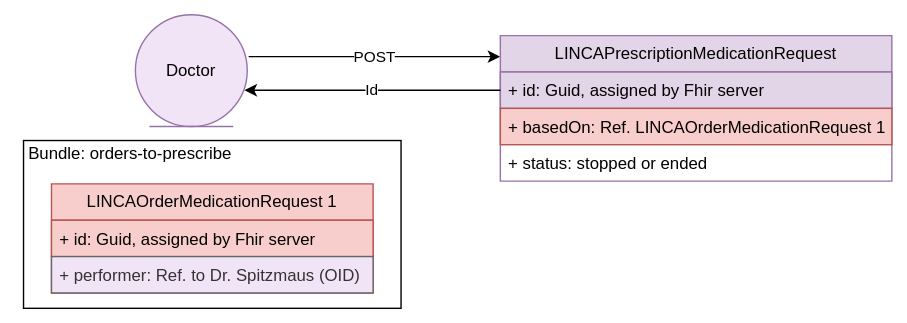
HL7Austria/hl7austria.github.io keeps this draw.io diagram as r5-LinkedCare-dev/UserStory_009_diagram.svg. Above is the earlier version. Source tidied: cells renumbered, new cells last; positions are measured from the earlier drawing's top-left corner, leaving out a move shared by most shapes. Its diagram source:
```xml
<mxGraphModel>
  <root>
    <mxCell id="0" />
    <mxCell id="1" parent="0" />
    <mxCell id="2" style="rounded=0;whiteSpace=wrap;html=1;" parent="1" vertex="1">
      <mxGeometry x="6" y="90" width="270" height="120" as="geometry" />
    </mxCell>
    <mxCell id="3" value="POST" style="endArrow=classic;html=1;rounded=0;" parent="1" edge="1">
      <mxGeometry relative="1" as="geometry">
        <mxPoint x="167" y="30" as="sourcePoint" />
        <mxPoint x="347" y="30" as="targetPoint" />
      </mxGeometry>
    </mxCell>
    <mxCell id="4" value="LINCAPrescriptionMedicationRequest" style="swimlane;fontStyle=0;horizontal=1;startSize=26;fillColor=#e1d5e7;whiteSpace=wrap;html=1;strokeColor=#9673a6;" parent="1" vertex="1">
      <mxGeometry x="347" y="15" width="280" height="104" as="geometry" />
    </mxCell>
    <mxCell id="5" value="+ id: Guid, assigned by Fhir server" style="text;strokeColor=#9673a6;fillColor=#e1d5e7;align=left;verticalAlign=top;spacingLeft=4;spacingRight=4;overflow=hidden;points=[[0,0.5],[1,0.5]];portConstraint=eastwest;whiteSpace=wrap;html=1;" parent="4" vertex="1">
      <mxGeometry y="26" width="280" height="26" as="geometry" />
    </mxCell>
    <mxCell id="6" value="+ basedOn: Ref. LINCAOrderMedicationRequest 1" style="text;strokeColor=#b85450;fillColor=#f8cecc;align=left;verticalAlign=top;spacingLeft=4;spacingRight=4;overflow=hidden;whiteSpace=wrap;html=1;" parent="4" vertex="1">
      <mxGeometry y="52" width="280" height="26" as="geometry" />
    </mxCell>
    <mxCell id="7" value="+ status: stopped or ended" style="text;align=left;verticalAlign=top;spacingLeft=4;spacingRight=4;overflow=hidden;whiteSpace=wrap;html=1;" parent="4" vertex="1">
      <mxGeometry y="78" width="280" height="26" as="geometry" />
    </mxCell>
    <mxCell id="8" value="Id" style="endArrow=classic;html=1;rounded=0;exitX=0;exitY=0.5;exitDx=0;exitDy=0;" parent="1" edge="1" source="5">
      <mxGeometry relative="1" as="geometry">
        <mxPoint x="164" y="54" as="targetPoint" />
      </mxGeometry>
    </mxCell>
    <mxCell id="9" value="LINCAOrderMedicationRequest 1" style="swimlane;fontStyle=0;horizontal=1;startSize=26;fillColor=#f8cecc;whiteSpace=wrap;html=1;strokeColor=#b85450;" parent="1" vertex="1">
      <mxGeometry x="26" y="121" width="230" height="78" as="geometry" />
    </mxCell>
    <mxCell id="10" value="+ id: Guid, assigned by Fhir server" style="text;strokeColor=#b85450;fillColor=#f8cecc;align=left;verticalAlign=top;spacingLeft=4;spacingRight=4;overflow=hidden;whiteSpace=wrap;html=1;" parent="9" vertex="1">
      <mxGeometry y="26" width="230" height="26" as="geometry" />
    </mxCell>
    <mxCell id="11" value="+ performer: Ref. to Dr. Spitzmaus (OID)" style="text;strokeColor=#666666;fillColor=#F1E4F7;align=left;verticalAlign=top;spacingLeft=4;spacingRight=4;overflow=hidden;whiteSpace=wrap;html=1;fontColor=#333333;" parent="9" vertex="1">
      <mxGeometry y="52" width="230" height="26" as="geometry" />
    </mxCell>
    <mxCell id="12" value="Bundle: orders-to-prescribe" style="text;html=1;strokeColor=none;fillColor=none;align=center;verticalAlign=middle;whiteSpace=wrap;rounded=0;" parent="1" vertex="1">
      <mxGeometry y="85" width="165" height="30" as="geometry" />
    </mxCell>
    <mxCell id="13" value="Doctor" style="ellipse;shape=umlEntity;whiteSpace=wrap;html=1;fillColor=#F1E4F7;strokeColor=#9673a6;" parent="1" vertex="1">
      <mxGeometry x="86" width="80" height="80" as="geometry" />
    </mxCell>
  </root>
</mxGraphModel>
```
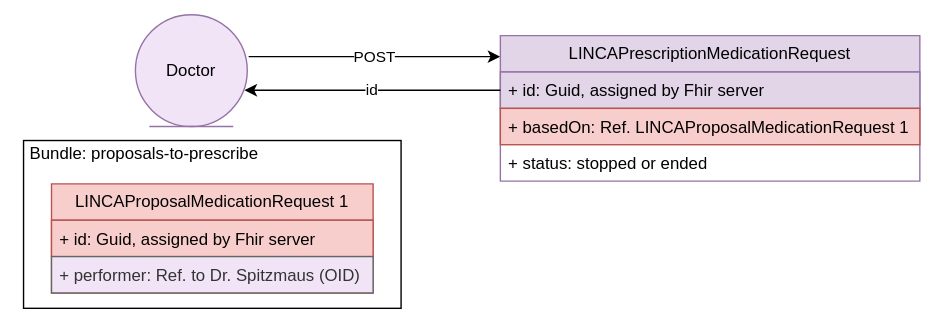
Above is the later version.

Change to the diagram source:
```diff
@@ -12,23 +12,23 @@
       </mxGeometry>
     </mxCell>
     <mxCell id="4" value="LINCAPrescriptionMedicationRequest" style="swimlane;fontStyle=0;horizontal=1;startSize=26;fillColor=#e1d5e7;whiteSpace=wrap;html=1;strokeColor=#9673a6;" parent="1" vertex="1">
-      <mxGeometry x="347" y="15" width="280" height="104" as="geometry" />
+      <mxGeometry x="347" y="15" width="300" height="104" as="geometry" />
     </mxCell>
     <mxCell id="5" value="+ id: Guid, assigned by Fhir server" style="text;strokeColor=#9673a6;fillColor=#e1d5e7;align=left;verticalAlign=top;spacingLeft=4;spacingRight=4;overflow=hidden;points=[[0,0.5],[1,0.5]];portConstraint=eastwest;whiteSpace=wrap;html=1;" parent="4" vertex="1">
-      <mxGeometry y="26" width="280" height="26" as="geometry" />
+      <mxGeometry y="26" width="300" height="26" as="geometry" />
     </mxCell>
-    <mxCell id="6" value="+ basedOn: Ref. LINCAOrderMedicationRequest 1" style="text;strokeColor=#b85450;fillColor=#f8cecc;align=left;verticalAlign=top;spacingLeft=4;spacingRight=4;overflow=hidden;whiteSpace=wrap;html=1;" parent="4" vertex="1">
-      <mxGeometry y="52" width="280" height="26" as="geometry" />
+    <mxCell id="6" value="+ basedOn: Ref. LINCAProposalMedicationRequest 1" style="text;strokeColor=#b85450;fillColor=#f8cecc;align=left;verticalAlign=top;spacingLeft=4;spacingRight=4;overflow=hidden;whiteSpace=wrap;html=1;" parent="4" vertex="1">
+      <mxGeometry y="52" width="300" height="26" as="geometry" />
     </mxCell>
     <mxCell id="7" value="+ status: stopped or ended" style="text;align=left;verticalAlign=top;spacingLeft=4;spacingRight=4;overflow=hidden;whiteSpace=wrap;html=1;" parent="4" vertex="1">
-      <mxGeometry y="78" width="280" height="26" as="geometry" />
+      <mxGeometry y="78" width="300" height="26" as="geometry" />
     </mxCell>
-    <mxCell id="8" value="Id" style="endArrow=classic;html=1;rounded=0;exitX=0;exitY=0.5;exitDx=0;exitDy=0;" parent="1" edge="1" source="5">
+    <mxCell id="8" value="id" style="endArrow=classic;html=1;rounded=0;exitX=0;exitY=0.5;exitDx=0;exitDy=0;" parent="1" edge="1" source="5">
       <mxGeometry relative="1" as="geometry">
         <mxPoint x="164" y="54" as="targetPoint" />
       </mxGeometry>
     </mxCell>
-    <mxCell id="9" value="LINCAOrderMedicationRequest 1" style="swimlane;fontStyle=0;horizontal=1;startSize=26;fillColor=#f8cecc;whiteSpace=wrap;html=1;strokeColor=#b85450;" parent="1" vertex="1">
+    <mxCell id="9" value="LINCAProposalMedicationRequest 1" style="swimlane;fontStyle=0;horizontal=1;startSize=26;fillColor=#f8cecc;whiteSpace=wrap;html=1;strokeColor=#b85450;" parent="1" vertex="1">
       <mxGeometry x="26" y="121" width="230" height="78" as="geometry" />
     </mxCell>
     <mxCell id="10" value="+ id: Guid, assigned by Fhir server" style="text;strokeColor=#b85450;fillColor=#f8cecc;align=left;verticalAlign=top;spacingLeft=4;spacingRight=4;overflow=hidden;whiteSpace=wrap;html=1;" parent="9" vertex="1">
@@ -37,8 +37,8 @@
     <mxCell id="11" value="+ performer: Ref. to Dr. Spitzmaus (OID)" style="text;strokeColor=#666666;fillColor=#F1E4F7;align=left;verticalAlign=top;spacingLeft=4;spacingRight=4;overflow=hidden;whiteSpace=wrap;html=1;fontColor=#333333;" parent="9" vertex="1">
       <mxGeometry y="52" width="230" height="26" as="geometry" />
     </mxCell>
-    <mxCell id="12" value="Bundle: orders-to-prescribe" style="text;html=1;strokeColor=none;fillColor=none;align=center;verticalAlign=middle;whiteSpace=wrap;rounded=0;" parent="1" vertex="1">
-      <mxGeometry y="85" width="165" height="30" as="geometry" />
+    <mxCell id="12" value="Bundle: proposals-to-prescribe" style="text;html=1;strokeColor=none;fillColor=none;align=center;verticalAlign=middle;whiteSpace=wrap;rounded=0;" parent="1" vertex="1">
+      <mxGeometry y="85" width="185" height="30" as="geometry" />
     </mxCell>
     <mxCell id="13" value="Doctor" style="ellipse;shape=umlEntity;whiteSpace=wrap;html=1;fillColor=#F1E4F7;strokeColor=#9673a6;" parent="1" vertex="1">
       <mxGeometry x="86" width="80" height="80" as="geometry" />
```
